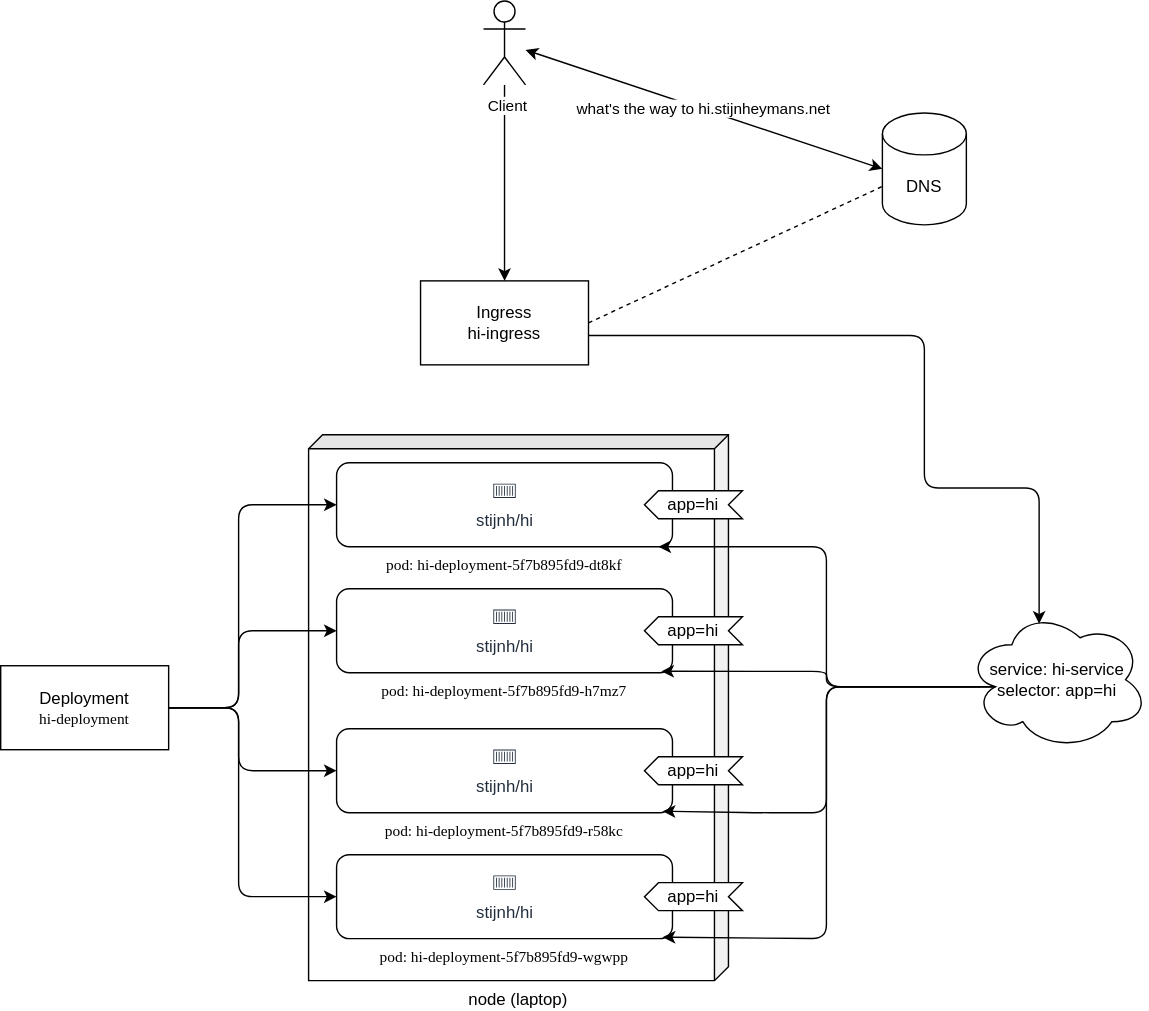
The draw.io diagram kubernetes/diagrams/ingress.svg in sheymans/elementsOf, before a commit. Source tidied: cells renumbered, new cells last; positions are measured from the earlier drawing's top-left corner, leaving out a move shared by most shapes. The source it was exported from:
```xml
<mxGraphModel>
  <root>
    <mxCell id="0" />
    <mxCell id="1" parent="0" />
    <mxCell id="2" value="node (laptop)" style="shape=cube;whiteSpace=wrap;html=1;boundedLbl=1;backgroundOutline=1;darkOpacity=0.05;darkOpacity2=0.1;direction=south;size=10;labelPosition=center;verticalLabelPosition=bottom;align=center;verticalAlign=top;" parent="1" vertex="1">
      <mxGeometry x="220" y="310" width="300" height="390" as="geometry" />
    </mxCell>
    <mxCell id="3" value="&lt;p class=&quot;p1&quot; style=&quot;margin: 0px ; font-stretch: normal ; font-size: 11px ; line-height: normal ; font-family: &amp;#34;menlo&amp;#34;&quot;&gt;&lt;span class=&quot;s1&quot;&gt;pod: hi-deployment-5f7b895fd9-dt8kf&lt;/span&gt;&lt;/p&gt;" style="rounded=1;whiteSpace=wrap;html=1;labelPosition=center;verticalLabelPosition=bottom;align=center;verticalAlign=top;textDirection=ltr;" parent="1" vertex="1">
      <mxGeometry x="240" y="330" width="240" height="60" as="geometry" />
    </mxCell>
    <mxCell id="4" value="stijnh/hi" style="fontColor=#232F3E;gradientColor=none;strokeColor=#232F3E;fillColor=#ffffff;dashed=0;verticalLabelPosition=bottom;verticalAlign=top;align=center;html=1;fontSize=12;fontStyle=0;shape=mxgraph.aws4.resourceIcon;resIcon=mxgraph.aws4.container_1;labelPosition=center;spacing=0;" parent="1" vertex="1">
      <mxGeometry x="350" y="340" width="20" height="20" as="geometry" />
    </mxCell>
    <mxCell id="5" style="edgeStyle=orthogonalEdgeStyle;rounded=0;orthogonalLoop=1;jettySize=auto;html=1;exitX=0.5;exitY=1;exitDx=0;exitDy=0;" parent="1" edge="1" source="3" target="3">
      <mxGeometry relative="1" as="geometry" />
    </mxCell>
    <mxCell id="6" value="&lt;p class=&quot;p1&quot; style=&quot;margin: 0px ; font-stretch: normal ; font-size: 11px ; line-height: normal ; font-family: &amp;#34;menlo&amp;#34;&quot;&gt;&lt;span class=&quot;s1&quot;&gt;pod:&amp;nbsp;&lt;/span&gt;&lt;span style=&quot;font-family: &amp;#34;menlo&amp;#34;&quot;&gt;hi-deployment-5f7b895fd9-h7mz7&lt;/span&gt;&lt;/p&gt;" style="rounded=1;whiteSpace=wrap;html=1;labelPosition=center;verticalLabelPosition=bottom;align=center;verticalAlign=top;textDirection=ltr;" parent="1" vertex="1">
      <mxGeometry x="240" y="420" width="240" height="60" as="geometry" />
    </mxCell>
    <mxCell id="7" value="stijnh/hi" style="fontColor=#232F3E;gradientColor=none;strokeColor=#232F3E;fillColor=#ffffff;dashed=0;verticalLabelPosition=bottom;verticalAlign=top;align=center;html=1;fontSize=12;fontStyle=0;shape=mxgraph.aws4.resourceIcon;resIcon=mxgraph.aws4.container_1;labelPosition=center;spacing=0;" parent="1" vertex="1">
      <mxGeometry x="350" y="430" width="20" height="20" as="geometry" />
    </mxCell>
    <mxCell id="8" value="&lt;p class=&quot;p1&quot; style=&quot;margin: 0px ; font-stretch: normal ; font-size: 11px ; line-height: normal ; font-family: &amp;#34;menlo&amp;#34;&quot;&gt;&lt;span class=&quot;s1&quot;&gt;pod:&amp;nbsp;&lt;/span&gt;&lt;span style=&quot;font-family: &amp;#34;menlo&amp;#34;&quot;&gt;hi-deployment-5f7b895fd9-wgwpp&lt;/span&gt;&lt;/p&gt;" style="rounded=1;whiteSpace=wrap;html=1;labelPosition=center;verticalLabelPosition=bottom;align=center;verticalAlign=top;textDirection=ltr;" parent="1" vertex="1">
      <mxGeometry x="240" y="610" width="240" height="60" as="geometry" />
    </mxCell>
    <mxCell id="9" value="stijnh/hi" style="fontColor=#232F3E;gradientColor=none;strokeColor=#232F3E;fillColor=#ffffff;dashed=0;verticalLabelPosition=bottom;verticalAlign=top;align=center;html=1;fontSize=12;fontStyle=0;shape=mxgraph.aws4.resourceIcon;resIcon=mxgraph.aws4.container_1;labelPosition=center;spacing=0;" parent="1" vertex="1">
      <mxGeometry x="350" y="620" width="20" height="20" as="geometry" />
    </mxCell>
    <mxCell id="10" value="&lt;p class=&quot;p1&quot; style=&quot;margin: 0px ; font-stretch: normal ; font-size: 11px ; line-height: normal ; font-family: &amp;#34;menlo&amp;#34;&quot;&gt;&lt;span class=&quot;s1&quot;&gt;pod:&amp;nbsp;&lt;/span&gt;&lt;span style=&quot;font-family: &amp;#34;menlo&amp;#34;&quot;&gt;hi-deployment-5f7b895fd9-r58kc&lt;/span&gt;&lt;/p&gt;" style="rounded=1;whiteSpace=wrap;html=1;labelPosition=center;verticalLabelPosition=bottom;align=center;verticalAlign=top;textDirection=ltr;" parent="1" vertex="1">
      <mxGeometry x="240" y="520" width="240" height="60" as="geometry" />
    </mxCell>
    <mxCell id="11" value="stijnh/hi" style="fontColor=#232F3E;gradientColor=none;strokeColor=#232F3E;fillColor=#ffffff;dashed=0;verticalLabelPosition=bottom;verticalAlign=top;align=center;html=1;fontSize=12;fontStyle=0;shape=mxgraph.aws4.resourceIcon;resIcon=mxgraph.aws4.container_1;labelPosition=center;spacing=0;" parent="1" vertex="1">
      <mxGeometry x="350" y="530" width="20" height="20" as="geometry" />
    </mxCell>
    <mxCell id="12" value="Deployment&lt;br&gt;&lt;p class=&quot;p1&quot; style=&quot;margin: 0px ; font-stretch: normal ; font-size: 11px ; line-height: normal ; font-family: &amp;#34;menlo&amp;#34;&quot;&gt;&lt;span class=&quot;s1&quot;&gt;hi-deployment&lt;/span&gt;&lt;/p&gt;" style="rounded=0;whiteSpace=wrap;html=1;" parent="1" vertex="1">
      <mxGeometry y="475" width="120" height="60" as="geometry" />
    </mxCell>
    <mxCell id="13" style="endArrow=classic;html=1;exitX=1;exitY=0.5;exitDx=0;exitDy=0;entryX=0;entryY=0.5;entryDx=0;entryDy=0;" parent="1" edge="1" source="12" target="3">
      <mxGeometry relative="1" as="geometry">
        <Array as="points">
          <mxPoint x="170" y="505" />
          <mxPoint x="170" y="360" />
        </Array>
      </mxGeometry>
    </mxCell>
    <mxCell id="14" style="endArrow=classic;html=1;exitX=1;exitY=0.5;exitDx=0;exitDy=0;entryX=0;entryY=0.5;entryDx=0;entryDy=0;" parent="1" edge="1" source="12" target="6">
      <mxGeometry relative="1" as="geometry">
        <Array as="points">
          <mxPoint x="170" y="505" />
          <mxPoint x="170" y="450" />
        </Array>
      </mxGeometry>
    </mxCell>
    <mxCell id="15" style="endArrow=classic;html=1;exitX=1;exitY=0.5;exitDx=0;exitDy=0;entryX=0;entryY=0.5;entryDx=0;entryDy=0;" parent="1" edge="1" source="12" target="10">
      <mxGeometry relative="1" as="geometry">
        <Array as="points">
          <mxPoint x="170" y="505" />
          <mxPoint x="170" y="550" />
        </Array>
      </mxGeometry>
    </mxCell>
    <mxCell id="16" style="endArrow=classic;html=1;exitX=1;exitY=0.5;exitDx=0;exitDy=0;entryX=0;entryY=0.5;entryDx=0;entryDy=0;" parent="1" edge="1" source="12" target="8">
      <mxGeometry relative="1" as="geometry">
        <Array as="points">
          <mxPoint x="170" y="505" />
          <mxPoint x="170" y="640" />
        </Array>
      </mxGeometry>
    </mxCell>
    <mxCell id="17" value="app=hi" style="shape=step;perimeter=stepPerimeter;whiteSpace=wrap;html=1;fixedSize=1;size=10;direction=west;" parent="1" vertex="1">
      <mxGeometry x="460" y="350" width="70" height="20" as="geometry" />
    </mxCell>
    <mxCell id="18" value="app=hi" style="shape=step;perimeter=stepPerimeter;whiteSpace=wrap;html=1;fixedSize=1;size=10;direction=west;" parent="1" vertex="1">
      <mxGeometry x="460" y="440" width="70" height="20" as="geometry" />
    </mxCell>
    <mxCell id="19" value="app=hi" style="shape=step;perimeter=stepPerimeter;whiteSpace=wrap;html=1;fixedSize=1;size=10;direction=west;" parent="1" vertex="1">
      <mxGeometry x="460" y="540" width="70" height="20" as="geometry" />
    </mxCell>
    <mxCell id="20" value="app=hi" style="shape=step;perimeter=stepPerimeter;whiteSpace=wrap;html=1;fixedSize=1;size=10;direction=west;" parent="1" vertex="1">
      <mxGeometry x="460" y="630" width="70" height="20" as="geometry" />
    </mxCell>
    <mxCell id="21" style="edgeStyle=orthogonalEdgeStyle;rounded=1;jettySize=auto;html=1;exitX=0.16;exitY=0.55;exitDx=0;exitDy=0;exitPerimeter=0;" parent="1" edge="1" source="22">
      <mxGeometry relative="1" as="geometry">
        <mxPoint x="470" y="390" as="targetPoint" />
        <Array as="points">
          <mxPoint x="590" y="490" />
          <mxPoint x="590" y="390" />
        </Array>
      </mxGeometry>
    </mxCell>
    <mxCell id="22" value="service: hi-service&lt;br&gt;selector: app=hi" style="ellipse;shape=cloud;whiteSpace=wrap;html=1;" parent="1" vertex="1">
      <mxGeometry x="690" y="435" width="130" height="100" as="geometry" />
    </mxCell>
    <mxCell id="23" style="endArrow=classic;html=1;exitX=0.16;exitY=0.55;exitDx=0;exitDy=0;exitPerimeter=0;entryX=0.967;entryY=0.983;entryDx=0;entryDy=0;entryPerimeter=0;" parent="1" edge="1" source="22" target="6">
      <mxGeometry relative="1" as="geometry">
        <Array as="points">
          <mxPoint x="590" y="490" />
          <mxPoint x="590" y="479" />
        </Array>
      </mxGeometry>
    </mxCell>
    <mxCell id="24" style="endArrow=classic;html=1;exitX=0.16;exitY=0.55;exitDx=0;exitDy=0;exitPerimeter=0;entryX=0.971;entryY=0.983;entryDx=0;entryDy=0;entryPerimeter=0;" parent="1" edge="1" source="22" target="10">
      <mxGeometry relative="1" as="geometry">
        <Array as="points">
          <mxPoint x="590" y="490" />
          <mxPoint x="590" y="580" />
          <mxPoint x="540" y="580" />
        </Array>
      </mxGeometry>
    </mxCell>
    <mxCell id="25" style="endArrow=classic;html=1;entryX=0.971;entryY=0.983;entryDx=0;entryDy=0;entryPerimeter=0;" parent="1" edge="1" target="8">
      <mxGeometry relative="1" as="geometry">
        <mxPoint x="700" y="490" as="sourcePoint" />
        <Array as="points">
          <mxPoint x="590" y="490" />
          <mxPoint x="590" y="670" />
        </Array>
      </mxGeometry>
    </mxCell>
    <mxCell id="26" value="You" style="shape=umlActor;verticalLabelPosition=bottom;verticalAlign=top;html=1;outlineConnect=0;" parent="1" vertex="1">
      <mxGeometry x="345" width="30" height="60" as="geometry" />
    </mxCell>
    <mxCell id="27" value="DNS" style="shape=cylinder3;whiteSpace=wrap;html=1;boundedLbl=1;backgroundOutline=1;size=15;" parent="1" vertex="1">
      <mxGeometry x="630" y="80" width="60" height="80" as="geometry" />
    </mxCell>
    <mxCell id="28" style="edgeStyle=orthogonalEdgeStyle;rounded=1;jettySize=auto;html=1;entryX=0.4;entryY=0.1;entryDx=0;entryDy=0;entryPerimeter=0;" parent="1" edge="1" target="22">
      <mxGeometry relative="1" as="geometry">
        <mxPoint x="420" y="239" as="sourcePoint" />
        <Array as="points">
          <mxPoint x="660" y="239" />
          <mxPoint x="660" y="348" />
          <mxPoint x="742" y="348" />
        </Array>
      </mxGeometry>
    </mxCell>
    <mxCell id="29" value="Ingress&lt;br&gt;hi-ingress" style="rounded=0;whiteSpace=wrap;html=1;" parent="1" vertex="1">
      <mxGeometry x="300" y="200" width="120" height="60" as="geometry" />
    </mxCell>
    <mxCell id="30" value="what's the way to hi.stijnheymans.net" style="endArrow=classic;startArrow=classic;html=1;entryX=0;entryY=0.5;entryDx=0;entryDy=0;entryPerimeter=0;" parent="1" edge="1" source="26" target="27">
      <mxGeometry relative="1" as="geometry" />
    </mxCell>
    <mxCell id="31" style="endArrow=none;dashed=1;html=1;entryX=0;entryY=0;entryDx=0;entryDy=52.5;entryPerimeter=0;exitX=1;exitY=0.5;exitDx=0;exitDy=0;" parent="1" edge="1" source="29" target="27">
      <mxGeometry relative="1" as="geometry" />
    </mxCell>
    <mxCell id="32" style="endArrow=classic;html=1;entryX=0.5;entryY=0;entryDx=0;entryDy=0;" parent="1" edge="1" source="26" target="29">
      <mxGeometry relative="1" as="geometry" />
    </mxCell>
    <mxCell id="33" value="Client" style="edgeLabel;html=1;align=center;verticalAlign=middle;" parent="32" vertex="1">
      <mxGeometry x="-0.8" y="1" relative="1" as="geometry" />
    </mxCell>
  </root>
</mxGraphModel>
```
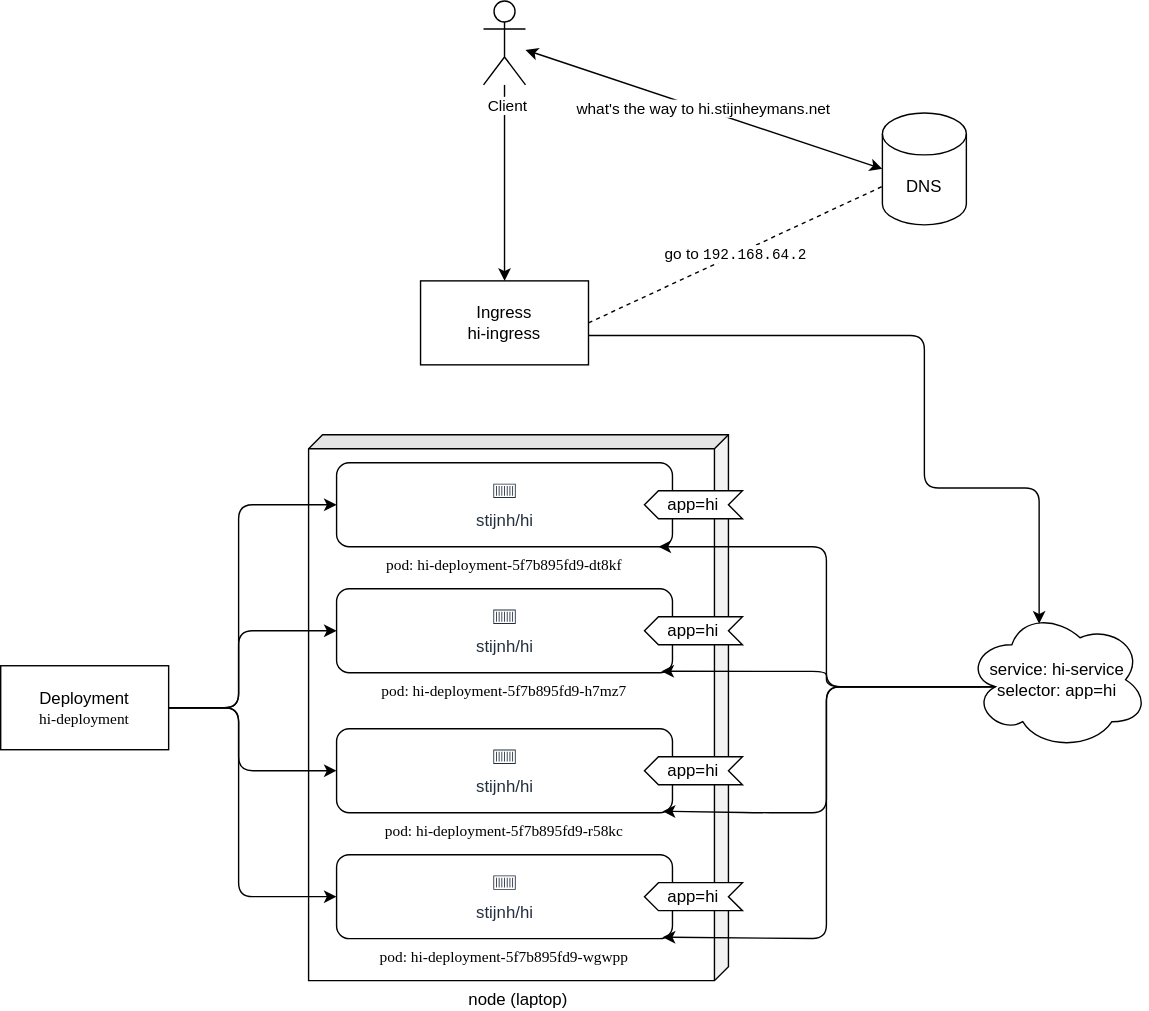
Above is the later version.

Commit message:
Spell check

Change to the diagram source:
```diff
@@ -139,7 +139,7 @@
     <mxCell id="30" value="what's the way to hi.stijnheymans.net" style="endArrow=classic;startArrow=classic;html=1;entryX=0;entryY=0.5;entryDx=0;entryDy=0;entryPerimeter=0;" parent="1" edge="1" source="26" target="27">
       <mxGeometry relative="1" as="geometry" />
     </mxCell>
-    <mxCell id="31" style="endArrow=none;dashed=1;html=1;entryX=0;entryY=0;entryDx=0;entryDy=52.5;entryPerimeter=0;exitX=1;exitY=0.5;exitDx=0;exitDy=0;" parent="1" edge="1" source="29" target="27">
+    <mxCell id="31" value="go to&amp;nbsp;&lt;span style=&quot;font-family: &amp;#34;menlo&amp;#34; , &amp;#34;consolas&amp;#34; , monospace ; font-size: 10.25px ; text-align: left&quot;&gt;192.168.64.2&lt;/span&gt;" style="endArrow=none;dashed=1;html=1;entryX=0;entryY=0;entryDx=0;entryDy=52.5;entryPerimeter=0;exitX=1;exitY=0.5;exitDx=0;exitDy=0;" parent="1" edge="1" source="29" target="27">
       <mxGeometry relative="1" as="geometry" />
     </mxCell>
     <mxCell id="32" style="endArrow=classic;html=1;entryX=0.5;entryY=0;entryDx=0;entryDy=0;" parent="1" edge="1" source="26" target="29">
```
